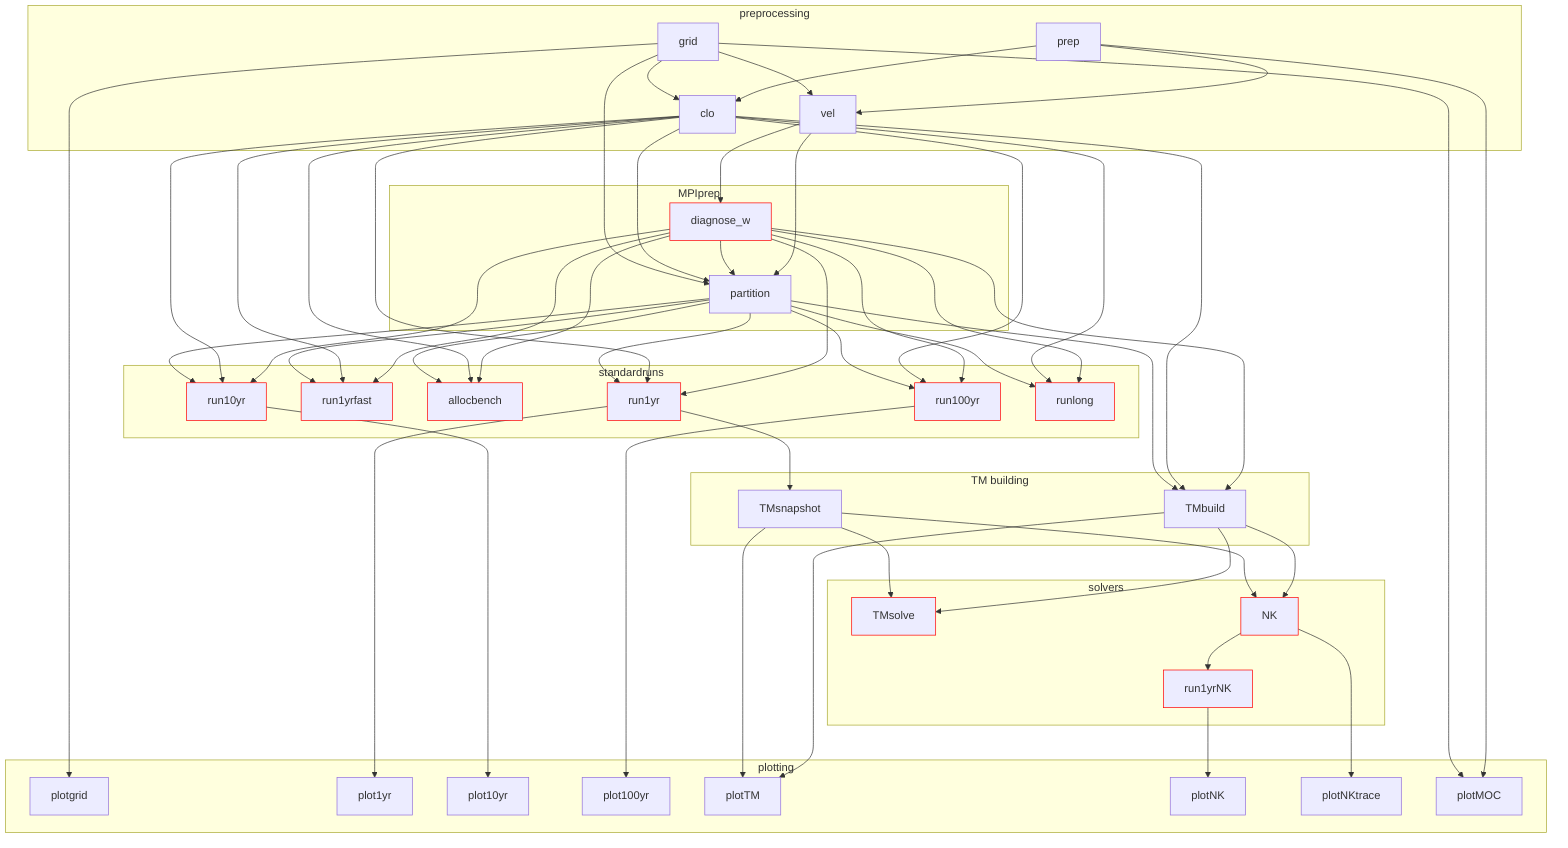
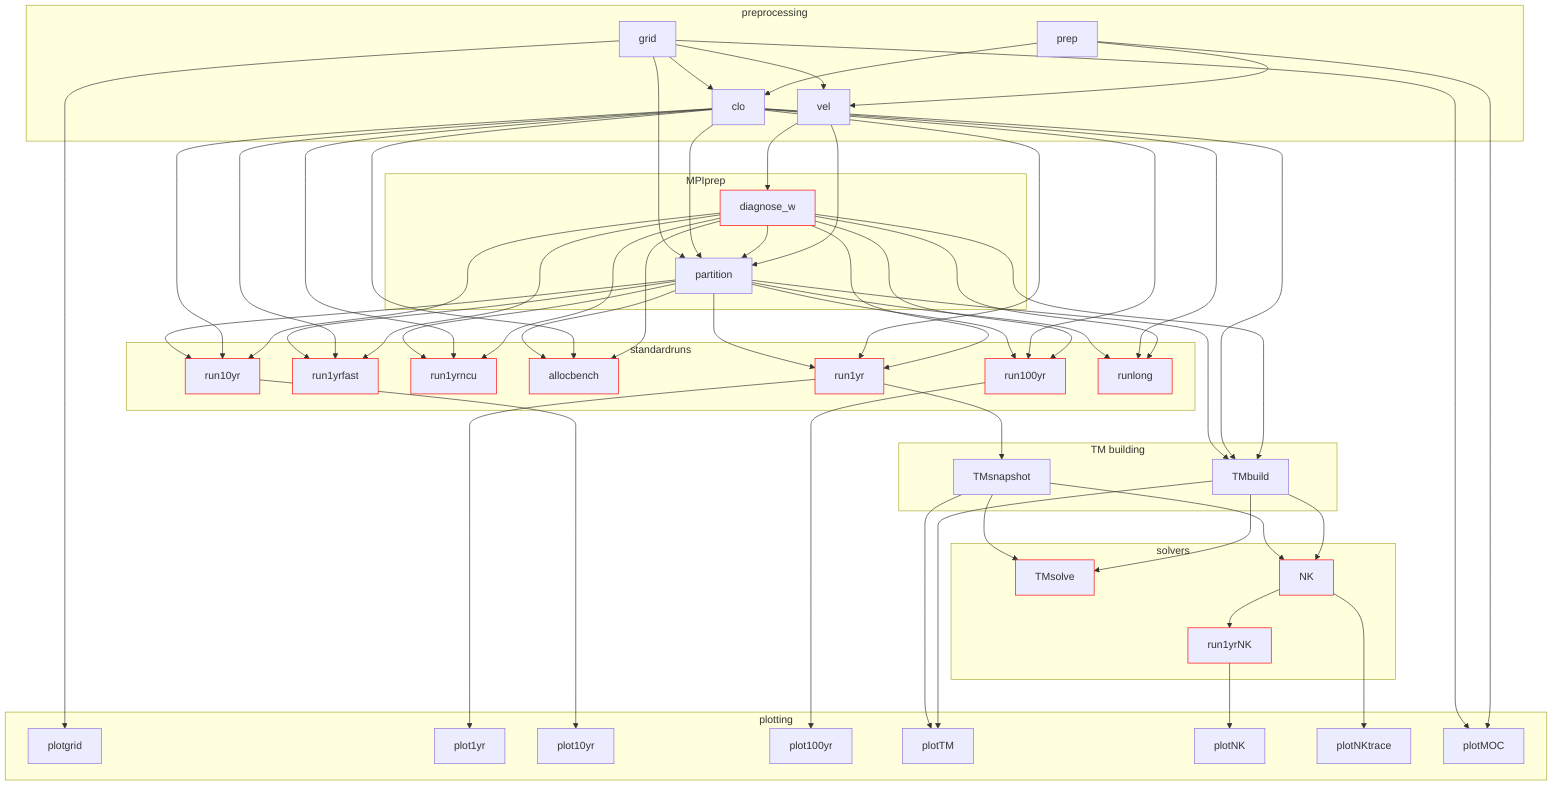
---
config:
  flowchart:
    curve: basis
---
graph TD
    classDef gpu stroke:#f00;
    subgraph preprocessing
        prep & grid & vel & clo
    end
    subgraph MPIprep
        diagnose_w:::gpu & partition
    end
    subgraph standardruns
-         run1yr:::gpu & run1yrfast:::gpu & allocbench:::gpu & run10yr:::gpu & run100yr:::gpu & runlong:::gpu
+         run1yr:::gpu & run1yrfast:::gpu & run1yrncu:::gpu & allocbench:::gpu & run10yr:::gpu & run100yr:::gpu & runlong:::gpu
    end
    subgraph TM building
        TMbuild & TMsnapshot
    end
    subgraph solvers
        TMsolve:::gpu & NK:::gpu & run1yrNK:::gpu
    end
    subgraph plotting
        plotgrid & plot1yr & plot10yr & plot100yr & plotTM & plotNK & plotNKtrace & plotMOC
    end
    prep & grid --> vel & clo
    vel --> diagnose_w
    vel & diagnose_w & clo & grid --> partition
-     diagnose_w & clo --> run1yr & run1yrfast & allocbench & run10yr & run100yr & runlong & TMbuild
-     partition --> run1yr & run1yrfast & allocbench & run10yr & run100yr & runlong & TMbuild
+     diagnose_w & clo --> run1yr & run1yrfast & run1yrncu & allocbench & run10yr & run100yr & runlong & TMbuild
+     partition --> run1yr & run1yrfast & run1yrncu & allocbench & run10yr & run100yr & runlong & TMbuild
    run1yr --> TMsnapshot & plot1yr
    run10yr --> plot10yr
    run100yr --> plot100yr
    TMbuild & TMsnapshot --> TMsolve & NK & plotTM
    NK --> run1yrNK & plotNKtrace
    run1yrNK --> plotNK
    grid --> plotgrid
    prep & grid --> plotMOC
